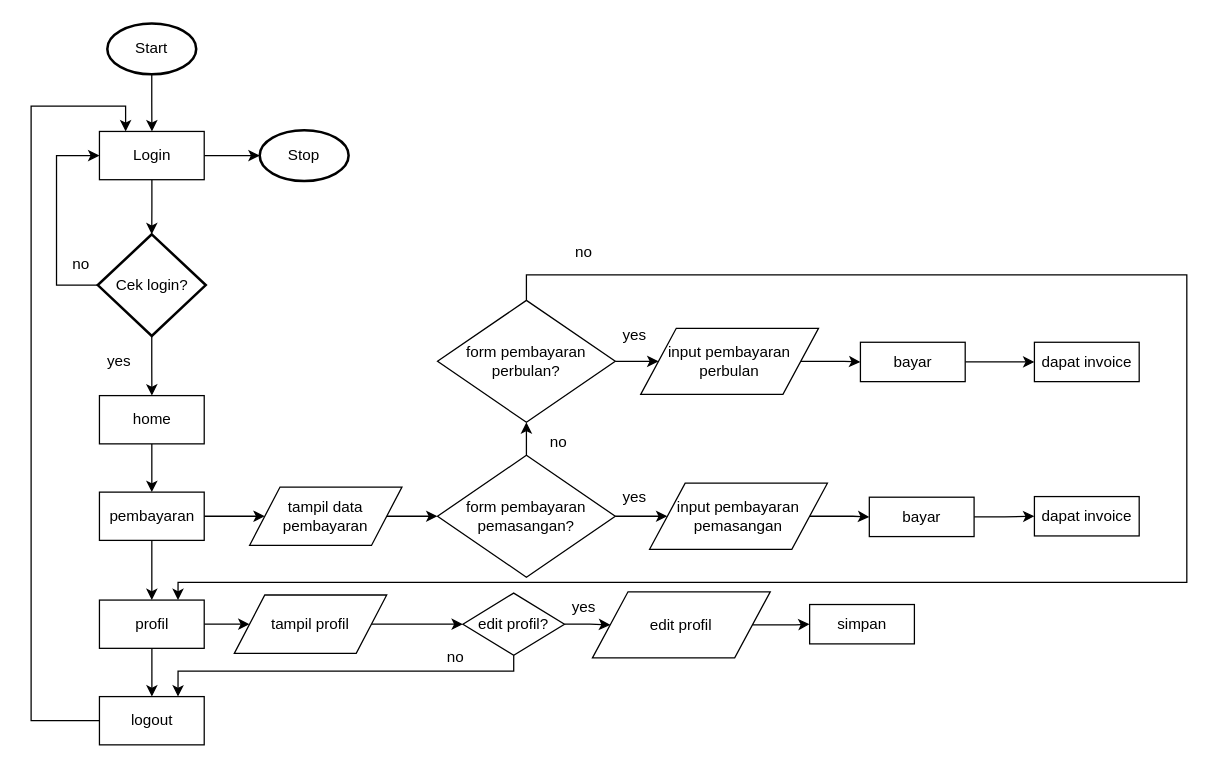
Before: laporan/flowchart kasir.drawio in DesiAmaliani/Pengelolaan_keuangan_TA, a draw.io diagram. Source tidied: cells renumbered, new cells numbered last; positions are measured from the earlier drawing's top-left corner, leaving out a move shared by most shapes. Both pictures are drawn from the tidied source at 127%, with x=0, y=0 at pixel (30, 23).
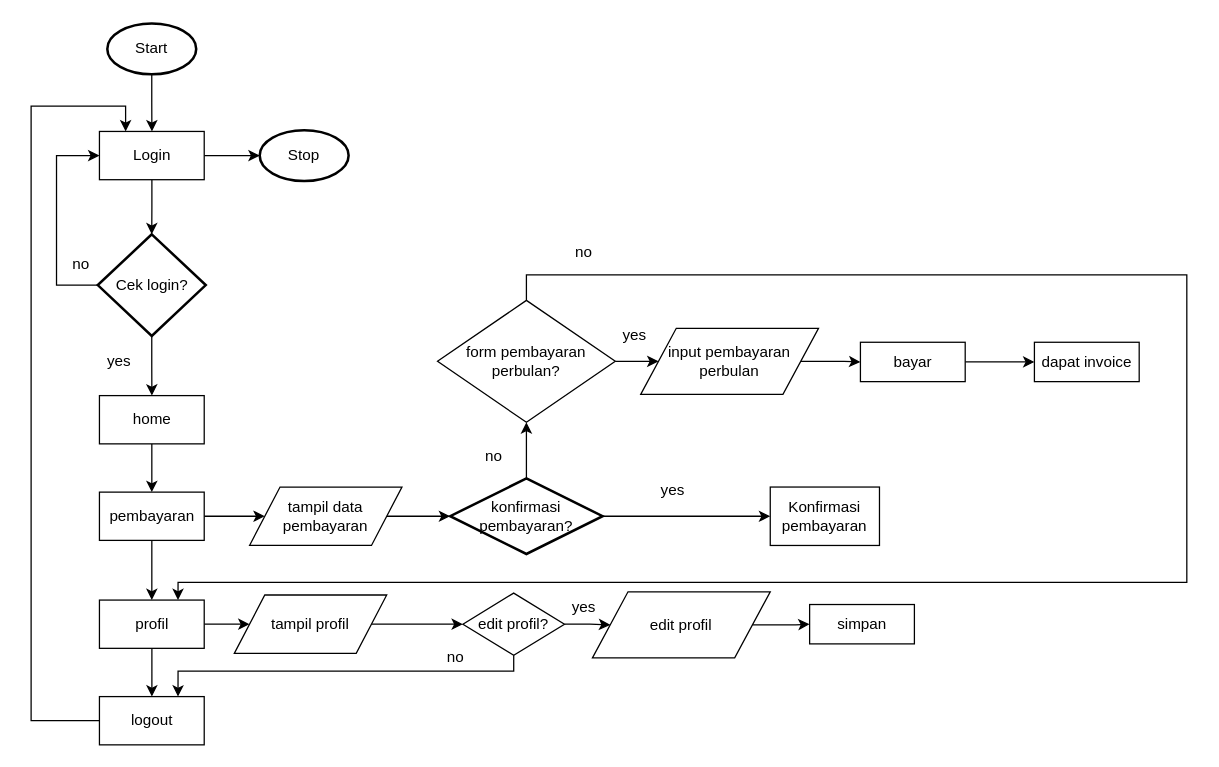
The same page after the edit.

The change refers to these unchanged cells:
```xml
<mxCell id="24" value="tampil data pembayaran" style="shape=parallelogram;perimeter=parallelogramPerimeter;whiteSpace=wrap;html=1;" parent="1" vertex="1">
  <mxGeometry x="172" y="365" width="120" height="46" as="geometry" />
</mxCell>
<mxCell id="45" value="form pembayaran perbulan?" style="rhombus;whiteSpace=wrap;html=1;" parent="1" vertex="1">
  <mxGeometry x="320" y="218" width="140" height="96" as="geometry" />
</mxCell>
```

The edit, as a diff of the source:
```diff
@@
-    <mxCell id="23" style="edgeStyle=orthogonalEdgeStyle;rounded=0;jettySize=auto;html=1;exitX=1;exitY=0.5;exitDx=0;exitDy=0;entryX=0;entryY=0.5;entryDx=0;entryDy=0;" parent="1" edge="1" source="24" target="27">
-      <mxGeometry relative="1" as="geometry" />
-    </mxCell>
+    <mxCell id="55" style="edgeStyle=orthogonalEdgeStyle;rounded=0;jettySize=auto;html=1;" parent="1" edge="1" source="24" target="58">
+      <mxGeometry relative="1" as="geometry" />
+    </mxCell>
@@
-    <mxCell id="25" style="edgeStyle=orthogonalEdgeStyle;rounded=0;jettySize=auto;html=1;exitX=1;exitY=0.5;exitDx=0;exitDy=0;entryX=0;entryY=0.5;entryDx=0;entryDy=0;" parent="1" edge="1" source="27" target="29">
-      <mxGeometry relative="1" as="geometry" />
-    </mxCell>
-    <mxCell id="26" style="edgeStyle=orthogonalEdgeStyle;rounded=0;jettySize=auto;html=1;exitX=0.5;exitY=0;exitDx=0;exitDy=0;entryX=0.5;entryY=1;entryDx=0;entryDy=0;" parent="1" edge="1" source="27" target="45">
-      <mxGeometry relative="1" as="geometry" />
-    </mxCell>
-    <mxCell id="27" value="form pembayaran pemasangan?" style="rhombus;whiteSpace=wrap;html=1;" parent="1" vertex="1">
-      <mxGeometry x="320" y="340" width="140" height="96" as="geometry" />
-    </mxCell>
-    <mxCell id="28" style="edgeStyle=orthogonalEdgeStyle;rounded=0;jettySize=auto;html=1;exitX=1;exitY=0.5;exitDx=0;exitDy=0;entryX=0;entryY=0.5;entryDx=0;entryDy=0;" parent="1" edge="1" source="29" target="31">
-      <mxGeometry relative="1" as="geometry" />
-    </mxCell>
-    <mxCell id="29" value="input pembayaran pemasangan" style="shape=parallelogram;perimeter=parallelogramPerimeter;whiteSpace=wrap;html=1;" parent="1" vertex="1">
-      <mxGeometry x="487" y="362" width="140" height="52" as="geometry" />
-    </mxCell>
-    <mxCell id="30" style="edgeStyle=orthogonalEdgeStyle;rounded=0;jettySize=auto;html=1;" parent="1" edge="1" source="31" target="54">
-      <mxGeometry relative="1" as="geometry" />
-    </mxCell>
-    <mxCell id="31" value="bayar" style="rounded=0;whiteSpace=wrap;html=1;" parent="1" vertex="1">
-      <mxGeometry x="660" y="373" width="82.5" height="31" as="geometry" />
-    </mxCell>
@@
-    <mxCell id="40" value="yes" style="text;html=1;align=center;verticalAlign=middle;" parent="1" vertex="1">
-      <mxGeometry x="460" y="363" width="30" height="20" as="geometry" />
-    </mxCell>
@@
-    <mxCell id="46" value="no" style="text;html=1;align=center;verticalAlign=middle;" parent="1" vertex="1">
-      <mxGeometry x="400" y="320" width="30" height="20" as="geometry" />
-    </mxCell>
@@
-    <mxCell id="54" value="dapat invoice" style="rounded=0;whiteSpace=wrap;html=1;" parent="1" vertex="1">
-      <mxGeometry x="790" y="372.5" width="82.5" height="31" as="geometry" />
-    </mxCell>
+    <mxCell id="56" style="edgeStyle=orthogonalEdgeStyle;rounded=0;jettySize=auto;html=1;" parent="1" edge="1" source="58" target="59">
+      <mxGeometry relative="1" as="geometry" />
+    </mxCell>
+    <mxCell id="57" style="edgeStyle=orthogonalEdgeStyle;rounded=0;jettySize=auto;html=1;" parent="1" edge="1" source="58" target="45">
+      <mxGeometry relative="1" as="geometry" />
+    </mxCell>
+    <mxCell id="58" value="konfirmasi pembayaran?" style="strokeWidth=2;html=1;shape=mxgraph.flowchart.decision;whiteSpace=wrap;" parent="1" vertex="1">
+      <mxGeometry x="330" y="358.2" width="120" height="59.5" as="geometry" />
+    </mxCell>
+    <mxCell id="59" value="Konfirmasi pembayaran" style="rounded=0;whiteSpace=wrap;html=1;" parent="1" vertex="1">
+      <mxGeometry x="582" y="365" width="86" height="46" as="geometry" />
+    </mxCell>
+    <mxCell id="40" value="yes" style="text;html=1;align=center;verticalAlign=middle;" parent="1" vertex="1">
+      <mxGeometry x="490" y="358.2" width="30" height="20" as="geometry" />
+    </mxCell>
+    <mxCell id="46" value="no" style="text;html=1;align=center;verticalAlign=middle;" parent="1" vertex="1">
+      <mxGeometry x="349" y="331" width="30" height="20" as="geometry" />
+    </mxCell>
```
